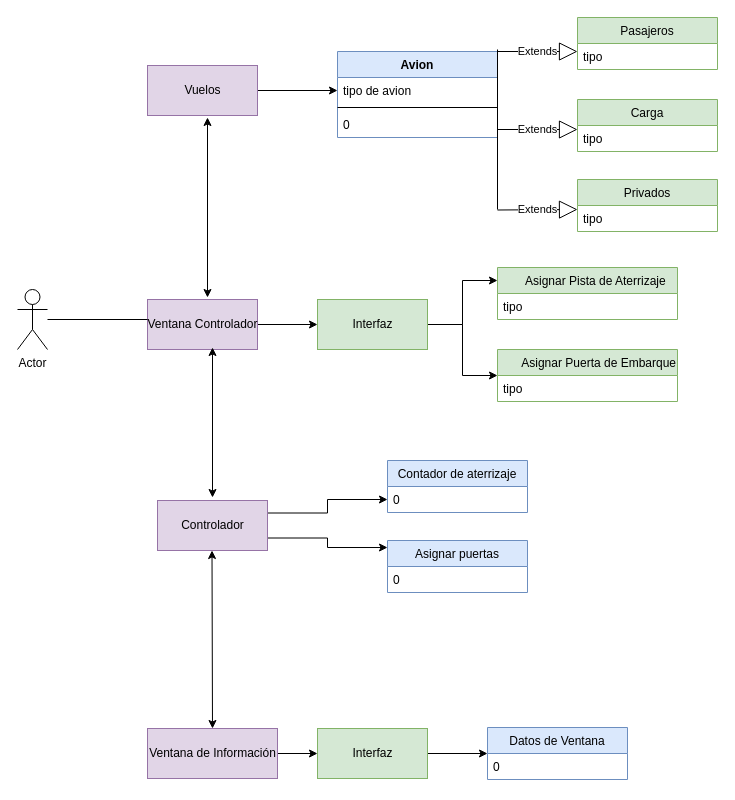
Earlier version of the draw.io diagram Diagrama proyecto 2.drawio (CarlosArango33/Proyecto2_POO). Source tidied: cells renumbered, new cells numbered last; positions are measured from the earlier drawing's top-left corner, leaving out a move shared by most shapes. Both pictures are drawn from the tidied source at 100%, with x=0, y=0 at pixel (17, 17).
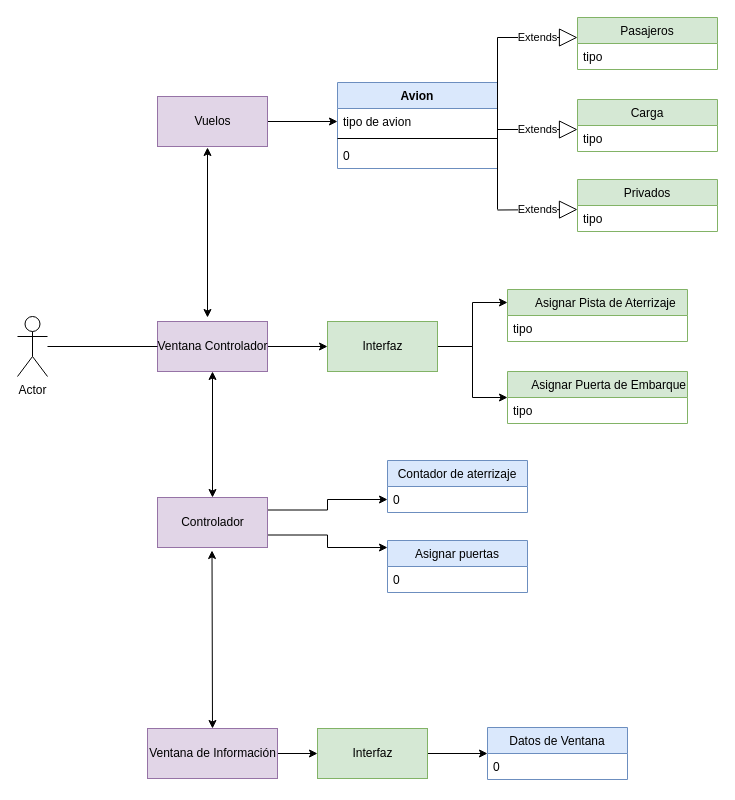
Above is the later version.

Change to the diagram source:
```diff
@@
     <mxCell id="2" value="Actor" style="shape=umlActor;verticalLabelPosition=bottom;verticalAlign=top;html=1;" parent="1" vertex="1">
-      <mxGeometry y="272" width="30" height="60" as="geometry" />
+      <mxGeometry y="299" width="30" height="60" as="geometry" />
     </mxCell>
@@
     <mxCell id="4" value="Vuelos" style="html=1;fillColor=#e1d5e7;strokeColor=#9673a6;" parent="1" vertex="1">
-      <mxGeometry x="130" y="48" width="110" height="50" as="geometry" />
+      <mxGeometry x="140" y="79" width="110" height="50" as="geometry" />
     </mxCell>
@@
     <mxCell id="6" value="Ventana Controlador" style="html=1;fillColor=#e1d5e7;strokeColor=#9673a6;" parent="1" vertex="1">
-      <mxGeometry x="130" y="282" width="110" height="50" as="geometry" />
+      <mxGeometry x="140" y="304" width="110" height="50" as="geometry" />
     </mxCell>
@@
     <mxCell id="9" value="Controlador" style="html=1;fillColor=#e1d5e7;strokeColor=#9673a6;" parent="1" vertex="1">
-      <mxGeometry x="140" y="483" width="110" height="50" as="geometry" />
+      <mxGeometry x="140" y="480" width="110" height="50" as="geometry" />
     </mxCell>
@@
     <mxCell id="12" value="Avion" style="swimlane;fontStyle=1;align=center;verticalAlign=top;horizontal=1;startSize=26;fillColor=#dae8fc;strokeColor=#6c8ebf;" parent="1" vertex="1">
-      <mxGeometry x="320" y="34" width="160" height="86" as="geometry" />
+      <mxGeometry x="320" y="65" width="160" height="86" as="geometry" />
     </mxCell>
@@
-    <mxCell id="22" value="Extends" style="endArrow=block;endSize=16;endFill=0;html=1;exitX=1;exitY=0;exitDx=0;exitDy=0;" parent="1" edge="1" source="12">
+    <mxCell id="22" value="Extends" style="endArrow=block;endSize=16;endFill=0;html=1;" parent="1" edge="1">
       <mxGeometry relative="1" as="geometry">
-        <mxPoint x="560" y="34" as="targetPoint" />
+        <mxPoint x="480" y="20" as="sourcePoint" />
+        <mxPoint x="560" y="20" as="targetPoint" />
         <Array as="points">
-          <mxPoint x="534" y="34" />
+          <mxPoint x="534" y="20" />
         </Array>
       </mxGeometry>
     </mxCell>
@@
     <mxCell id="25" style="endArrow=none;html=1;" parent="1" edge="1">
       <mxGeometry relative="1" as="geometry">
-        <mxPoint x="480" y="32" as="sourcePoint" />
+        <mxPoint x="480" y="20" as="sourcePoint" />
         <mxPoint x="480" y="192" as="targetPoint" />
       </mxGeometry>
     </mxCell>
@@
     <mxCell id="36" value="Interfaz" style="html=1;fillColor=#d5e8d4;strokeColor=#82b366;" parent="1" vertex="1">
-      <mxGeometry x="300" y="282" width="110" height="50" as="geometry" />
+      <mxGeometry x="310" y="304" width="110" height="50" as="geometry" />
     </mxCell>
     <mxCell id="37" value="     Asignar Pista de Aterrizaje" style="swimlane;fontStyle=0;horizontal=1;startSize=26;fillColor=#d5e8d4;strokeColor=#82b366;" parent="1" vertex="1">
-      <mxGeometry x="480" y="250" width="180" height="52" as="geometry" />
+      <mxGeometry x="490" y="272" width="180" height="52" as="geometry" />
     </mxCell>
@@
     <mxCell id="39" value="       Asignar Puerta de Embarque" style="swimlane;fontStyle=0;horizontal=1;startSize=26;fillColor=#d5e8d4;strokeColor=#82b366;" parent="1" vertex="1">
-      <mxGeometry x="480" y="332" width="180" height="52" as="geometry" />
+      <mxGeometry x="490" y="354" width="180" height="52" as="geometry" />
     </mxCell>
@@
     <mxCell id="41" style="endArrow=classic;startArrow=classic;html=1;" parent="1" edge="1">
       <mxGeometry relative="1" as="geometry">
-        <mxPoint x="190" y="280" as="sourcePoint" />
-        <mxPoint x="190" y="100" as="targetPoint" />
+        <mxPoint x="190" y="300" as="sourcePoint" />
+        <mxPoint x="190" y="130" as="targetPoint" />
       </mxGeometry>
     </mxCell>
-    <mxCell id="42" style="endArrow=classic;startArrow=classic;html=1;entryX=0.591;entryY=0.96;entryDx=0;entryDy=0;entryPerimeter=0;" parent="1" edge="1" target="6">
+    <mxCell id="42" style="endArrow=classic;startArrow=classic;html=1;entryX=0.5;entryY=1;entryDx=0;entryDy=0;" parent="1" edge="1" target="6">
       <mxGeometry relative="1" as="geometry">
         <mxPoint x="195" y="480" as="sourcePoint" />
       </mxGeometry>
     </mxCell>
@@
-    <mxCell id="44" style="endArrow=none;html=1;" parent="1" edge="1" source="2">
-      <mxGeometry relative="1" as="geometry">
-        <mxPoint x="130" y="302" as="targetPoint" />
-      </mxGeometry>
+    <mxCell id="44" style="endArrow=none;html=1;entryX=0;entryY=0.5;entryDx=0;entryDy=0;" parent="1" edge="1" source="2" target="6">
+      <mxGeometry relative="1" as="geometry" />
     </mxCell>
```
